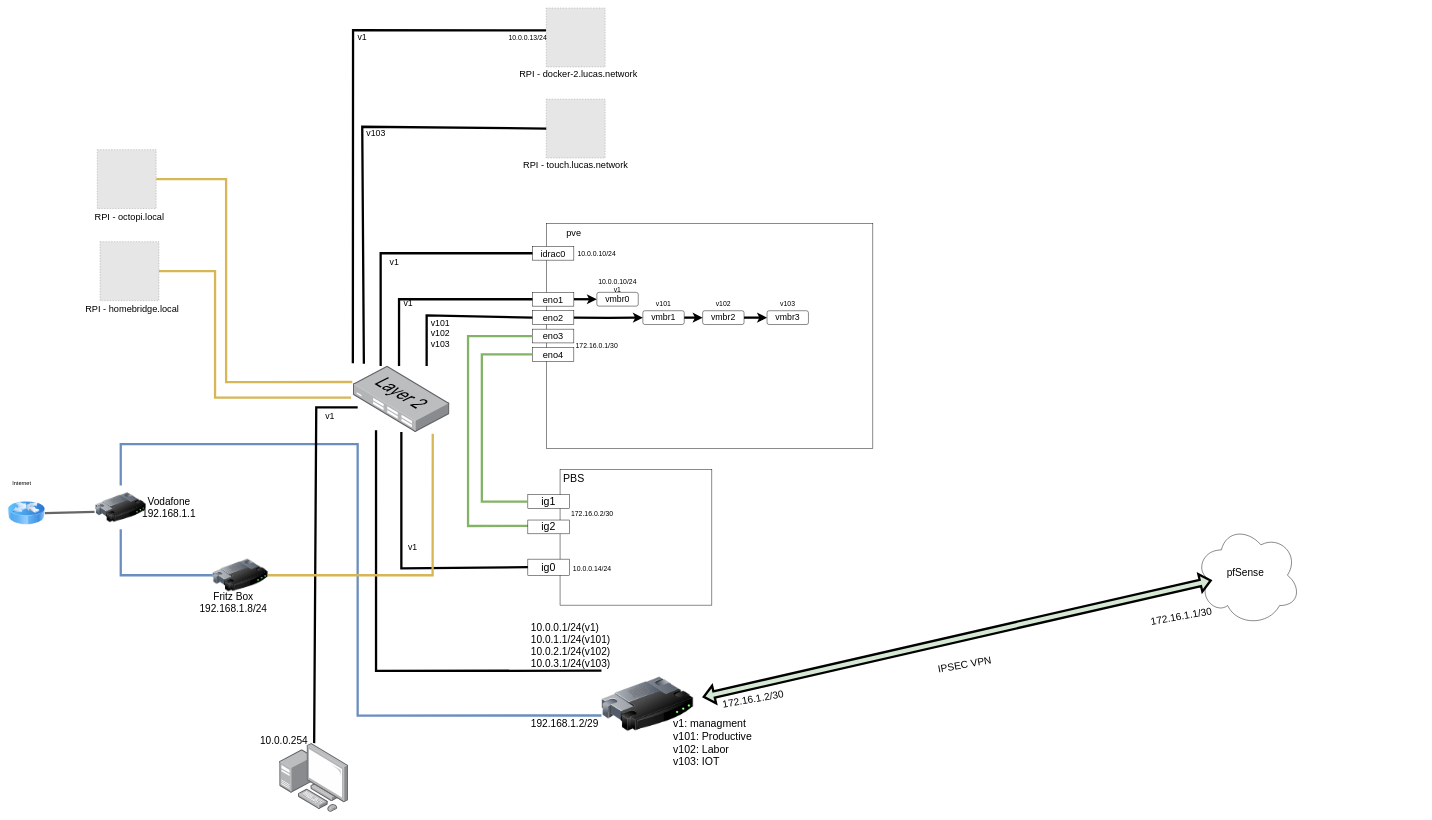
Earlier version of the draw.io diagram Untitled Diagram.drawio (lucpfi/homelab). Source tidied: cells renumbered, new cells numbered last; positions are measured from the earlier drawing's top-left corner, leaving out a move shared by most shapes. Both pictures are drawn from the tidied source at 46%, with x=0, y=0 at pixel (8, 8). Pictures stored in the file or linked from it are replaced by grey dashed boxes.
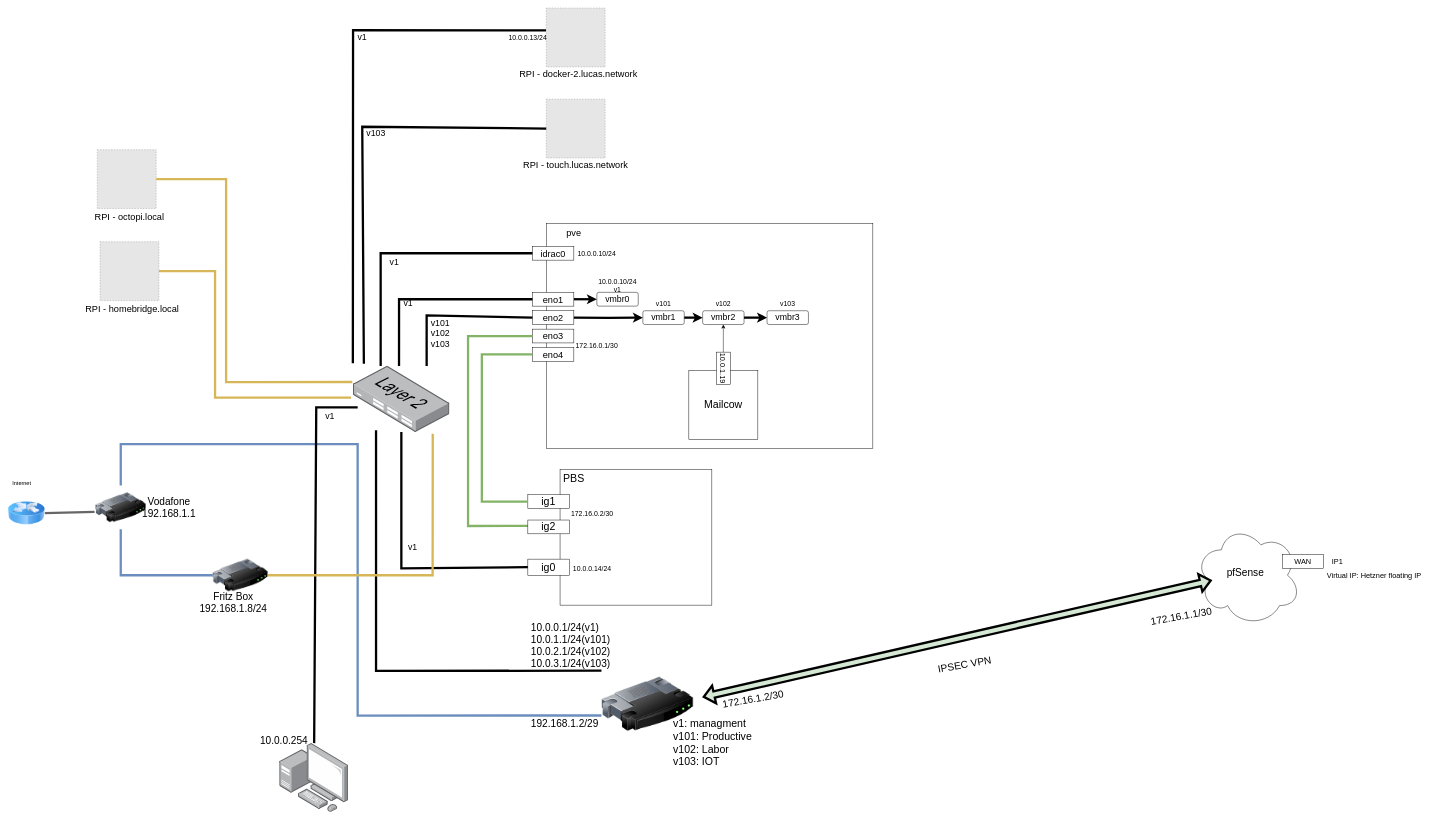
After the change.

The change refers to these unchanged cells:
```xml
<mxCell id="45" value="vmbr2" style="rounded=1;whiteSpace=wrap;html=1;fontFamily=Helvetica;fontSize=19;fontColor=default;fillColor=none;gradientColor=none;" parent="1" vertex="1">
  <mxGeometry x="1510" y="658" width="90" height="30" as="geometry" />
</mxCell>
```

The edit, as a diff of the source:
```diff
@@
+    <mxCell id="81" value="WAN" style="rounded=0;whiteSpace=wrap;html=1;fontSize=16;" parent="1" vertex="1">
+      <mxGeometry x="2770" y="1188" width="90" height="30" as="geometry" />
+    </mxCell>
+    <mxCell id="82" value="Virtual IP: Hetzner floating IP" style="text;html=1;strokeColor=none;fillColor=none;align=center;verticalAlign=middle;whiteSpace=wrap;rounded=0;fontSize=16;" parent="1" vertex="1">
+      <mxGeometry x="2860" y="1218" width="220" height="30" as="geometry" />
+    </mxCell>
+    <mxCell id="83" value="IP1" style="text;html=1;strokeColor=none;fillColor=none;align=center;verticalAlign=middle;whiteSpace=wrap;rounded=0;fontSize=16;" parent="1" vertex="1">
+      <mxGeometry x="2860" y="1188" width="60" height="30" as="geometry" />
+    </mxCell>
+    <mxCell id="84" value="Mailcow" style="rounded=0;whiteSpace=wrap;html=1;fontSize=23;" parent="1" vertex="1">
+      <mxGeometry x="1480" y="788" width="150" height="150" as="geometry" />
+    </mxCell>
+    <mxCell id="85" style="edgeStyle=orthogonalEdgeStyle;rounded=0;jettySize=auto;html=1;entryX=0.5;entryY=1;entryDx=0;entryDy=0;fontSize=16;" parent="1" edge="1" source="86" target="45">
+      <mxGeometry relative="1" as="geometry" />
+    </mxCell>
+    <mxCell id="86" value="10.0.1.19" style="rounded=0;whiteSpace=wrap;html=1;fontSize=16;rotation=90;" parent="1" vertex="1">
+      <mxGeometry x="1520" y="768" width="70" height="30" as="geometry" />
+    </mxCell>
```
